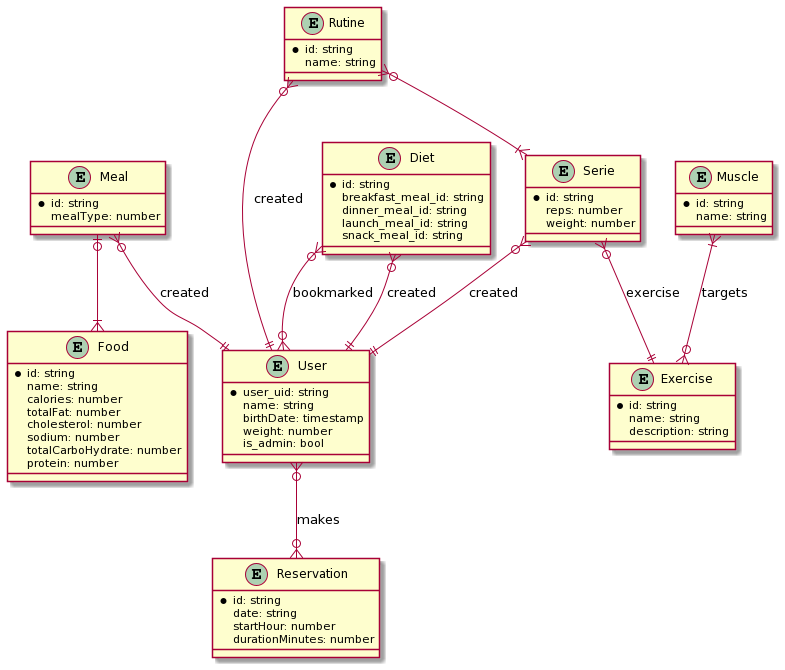
Before: documentation/images/diagramaer.png, a diagram exported from PlantUML (Gymodo/App).
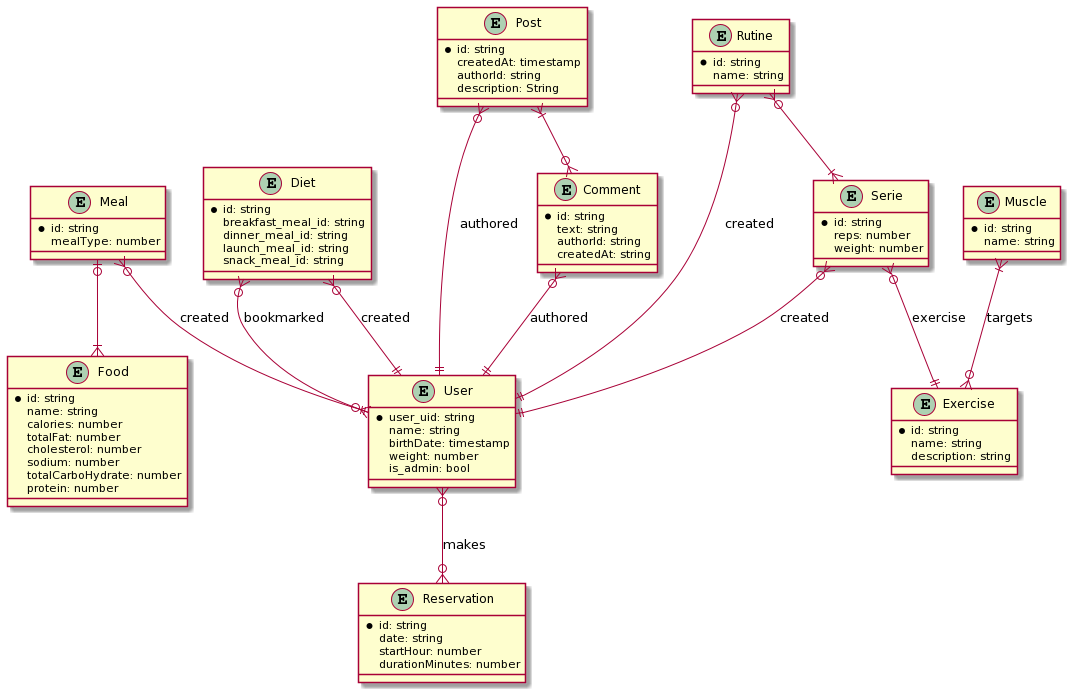
The same file after the commit.

Commit message:
actualizar diagramas, move mockup

What changed in the source:
```diff
@@ -1,4 +1,18 @@
 @startuml
+entity Post {
+* id: string
+createdAt: timestamp
+authorId: string
+description: String
+}
+
+entity Comment {
+* id: string
+text: string
+authorId: string
+createdAt: string
+}
+
 entity User {
 * user_uid: string
 name: string
@@ -76,4 +90,8 @@
 Meal |o--|{ Food
 
 User }o--o{ Reservation: makes
+
+Post }o--|| User: authored
+Comment }o--|| User: authored
+Post }|--o{ Comment
 @enduml
```
